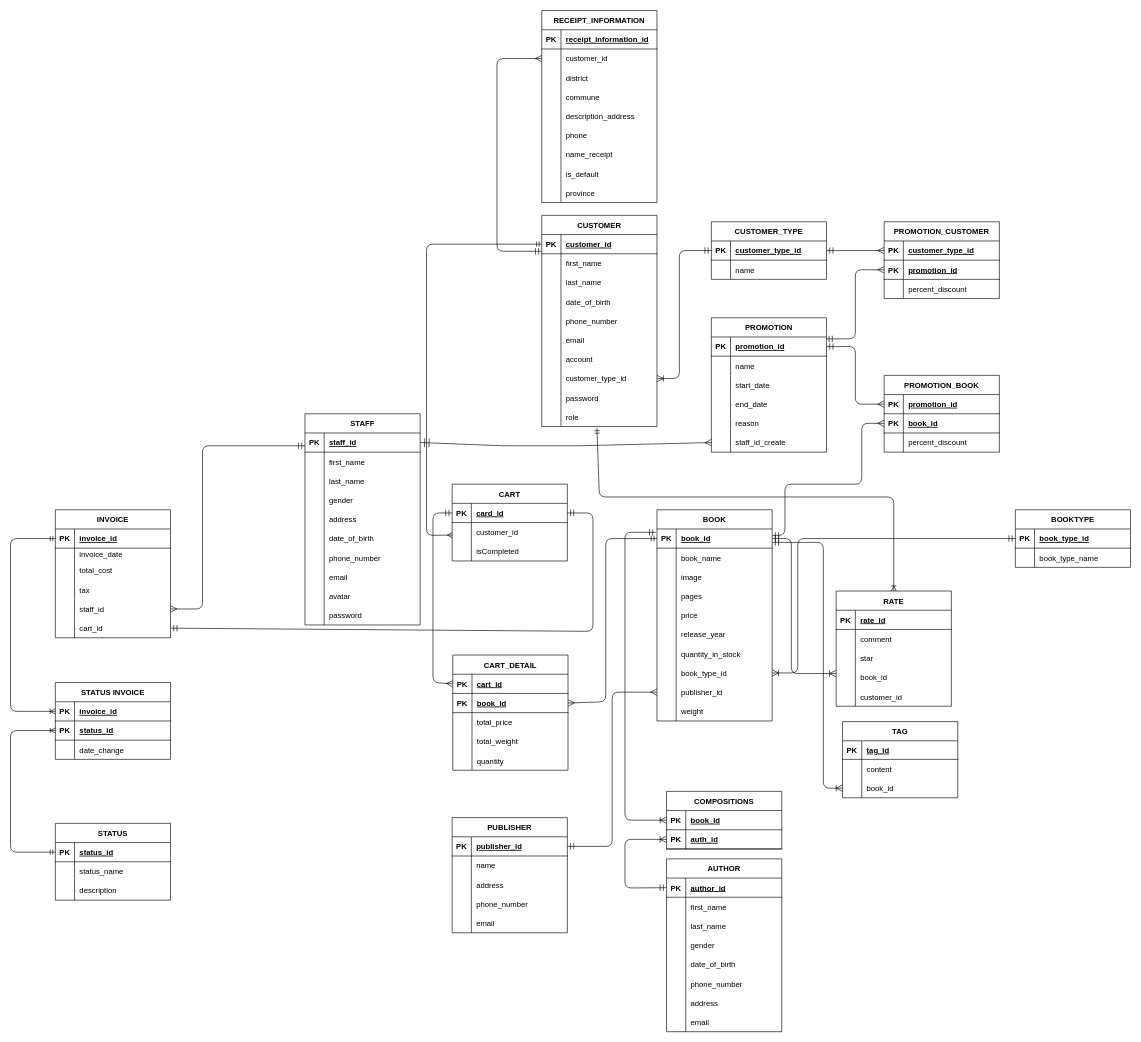
This is design/database.drawio from powdevlin12/Sell_Book_Online_BE_NestJS, a draw.io file, before an edit. Source tidied: cells renumbered, new cells numbered last; positions are measured from the earlier drawing's top-left corner, leaving out a move shared by most shapes. Both pictures are drawn from the tidied source at 64%, with x=0, y=0 at pixel (10, 10).
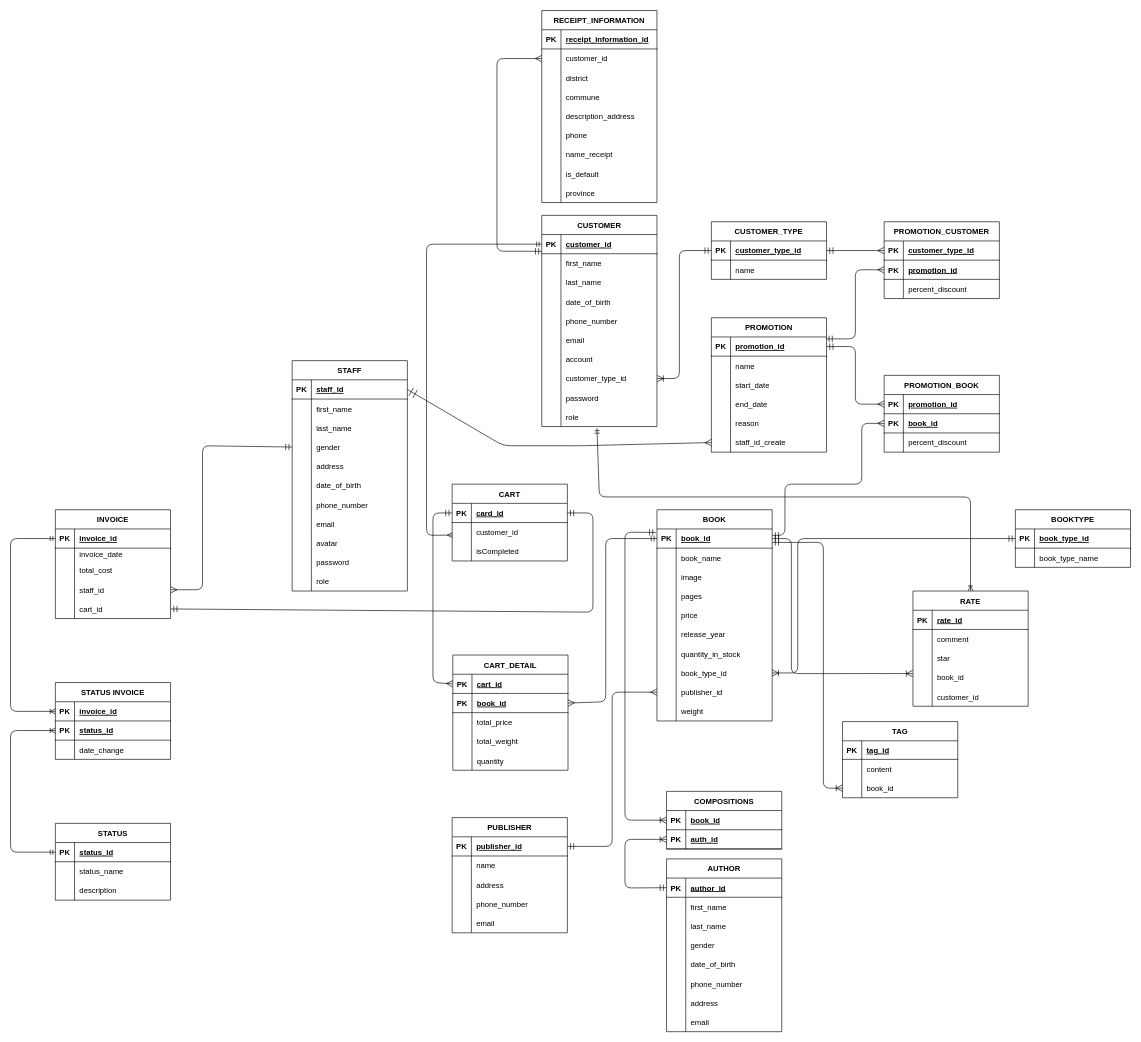
Above is the later version.

The change refers to these unchanged cells:
```xml
<mxCell id="30" style="shape=tableRow;horizontal=0;startSize=0;swimlaneHead=0;swimlaneBody=0;fillColor=none;points=[[0,0.5],[1,0.5]];portConstraint=eastwest;top=0;left=0;right=0;bottom=0;" parent="2" vertex="1">
  <mxGeometry y="300" width="180" height="30" as="geometry" />
</mxCell>
<mxCell id="43" style="shape=tableRow;horizontal=0;startSize=0;swimlaneHead=0;swimlaneBody=0;fillColor=none;points=[[0,0.5],[1,0.5]];portConstraint=eastwest;top=0;left=0;right=0;bottom=0;rounded=0;shadow=0;fillStyle=auto;" parent="33" vertex="1">
  <mxGeometry y="120" width="180" height="30" as="geometry" />
</mxCell>
<mxCell id="206" style="shape=tableRow;horizontal=0;startSize=0;swimlaneHead=0;swimlaneBody=0;fillColor=none;points=[[0,0.5],[1,0.5]];portConstraint=eastwest;top=0;left=0;right=0;bottom=1;rounded=0;shadow=0;fillStyle=auto;" parent="205" vertex="1">
  <mxGeometry y="30" width="180" height="30" as="geometry" />
</mxCell>
```

The edit, as a diff of the source:
```diff
@@
     <mxCell id="33" value="STAFF" style="shape=table;startSize=30;childLayout=tableLayout;rowLines=0;fontStyle=1;align=center;rounded=0;shadow=0;fillStyle=auto;fillColor=default;gradientColor=none;" parent="1" vertex="1">
-      <mxGeometry x="460" y="630" width="180" height="330" as="geometry" />
+      <mxGeometry x="440" y="547" width="180" height="360" as="geometry" />
     </mxCell>
@@
+    <mxCell id="336" style="shape=tableRow;horizontal=0;startSize=0;swimlaneHead=0;swimlaneBody=0;fillColor=none;top=0;left=0;right=0;bottom=0;rounded=0;shadow=0;fillStyle=auto;" parent="33" vertex="1">
+      <mxGeometry y="330" width="180" height="30" as="geometry" />
+    </mxCell>
+    <mxCell id="337" style="shape=partialRectangle;fillColor=none;top=0;left=0;bottom=0;right=0;overflow=hidden;rounded=0;shadow=0;fillStyle=auto;" parent="336" vertex="1">
+      <mxGeometry width="30" height="30" as="geometry" />
+    </mxCell>
+    <mxCell id="338" value="role" style="shape=partialRectangle;fillColor=none;top=0;left=0;bottom=0;right=0;align=left;spacingLeft=6;overflow=hidden;rounded=0;shadow=0;fillStyle=auto;" parent="336" vertex="1">
+      <mxGeometry x="30" width="150" height="30" as="geometry" />
+    </mxCell>
@@
     <mxCell id="264" value="INVOICE" style="shape=table;startSize=30;childLayout=tableLayout;rowLines=0;fontStyle=1;align=center;" parent="1" vertex="1">
-      <mxGeometry x="70" y="780" width="180" height="200" as="geometry" />
+      <mxGeometry x="70" y="780" width="180" height="170" as="geometry" />
     </mxCell>
@@
-    <mxCell id="274" style="shape=tableRow;horizontal=0;startSize=0;swimlaneHead=0;swimlaneBody=0;fillColor=none;top=0;left=0;right=0;bottom=0;" parent="264" vertex="1">
-      <mxGeometry y="110" width="180" height="30" as="geometry" />
-    </mxCell>
-    <mxCell id="275" style="shape=partialRectangle;fillColor=none;top=0;left=0;bottom=0;right=0;overflow=hidden;" parent="274" vertex="1">
-      <mxGeometry width="30" height="30" as="geometry" />
-    </mxCell>
-    <mxCell id="276" value="tax" style="shape=partialRectangle;fillColor=none;top=0;left=0;bottom=0;right=0;align=left;spacingLeft=6;overflow=hidden;" parent="274" vertex="1">
-      <mxGeometry x="30" width="150" height="30" as="geometry" />
-    </mxCell>
     <mxCell id="277" style="shape=tableRow;horizontal=0;startSize=0;swimlaneHead=0;swimlaneBody=0;fillColor=none;points=[[0,0.5],[1,0.5]];portConstraint=eastwest;top=0;left=0;right=0;bottom=0;" parent="264" vertex="1">
-      <mxGeometry y="140" width="180" height="30" as="geometry" />
+      <mxGeometry y="110" width="180" height="30" as="geometry" />
     </mxCell>
@@
     <mxCell id="280" style="shape=tableRow;horizontal=0;startSize=0;swimlaneHead=0;swimlaneBody=0;fillColor=none;points=[[0,0.5],[1,0.5]];portConstraint=eastwest;top=0;left=0;right=0;bottom=0;" parent="264" vertex="1">
-      <mxGeometry y="170" width="180" height="30" as="geometry" />
+      <mxGeometry y="140" width="180" height="30" as="geometry" />
     </mxCell>
@@
-    <mxCell id="293" style="edgeStyle=none;html=1;entryX=1;entryY=0.5;entryDx=0;entryDy=0;startArrow=ERmandOne;startFill=0;endArrow=ERmany;endFill=0;endSize=8;startSize=8;" parent="1" edge="1" target="277">
+    <mxCell id="293" style="edgeStyle=none;html=1;entryX=1;entryY=0.5;entryDx=0;entryDy=0;startArrow=ERmandOne;startFill=0;endArrow=ERmany;endFill=0;endSize=8;startSize=8;exitX=0;exitY=0.5;exitDx=0;exitDy=0;" parent="1" edge="1" source="43" target="277">
       <mxGeometry relative="1" as="geometry">
-        <mxPoint x="460" y="680" as="sourcePoint" />
         <Array as="points">
           <mxPoint x="300" y="680" />
-          <mxPoint x="300" y="935" />
+          <mxPoint x="300" y="905" />
         </Array>
       </mxGeometry>
     </mxCell>
     <mxCell id="294" style="edgeStyle=none;html=1;exitX=1;exitY=0.5;exitDx=0;exitDy=0;entryX=1;entryY=0.5;entryDx=0;entryDy=0;startArrow=ERmandOne;startFill=0;endArrow=ERmandOne;endFill=0;endSize=8;startSize=8;" parent="1" edge="1" source="206" target="280">
       <mxGeometry relative="1" as="geometry">
         <Array as="points">
           <mxPoint x="910" y="785" />
-          <mxPoint x="910" y="970" />
+          <mxPoint x="910" y="940" />
         </Array>
       </mxGeometry>
     </mxCell>
@@
     <mxCell id="306" value="RATE" style="shape=table;startSize=30;childLayout=tableLayout;rowLines=0;fontStyle=1;align=center;" parent="1" vertex="1">
-      <mxGeometry x="1290" y="907" width="180" height="180" as="geometry" />
+      <mxGeometry x="1410" y="907" width="180" height="180" as="geometry" />
     </mxCell>
@@
     <mxCell id="323" style="edgeStyle=none;html=1;entryX=0.5;entryY=0;entryDx=0;entryDy=0;startArrow=ERmandOne;startFill=0;endArrow=ERoneToMany;endFill=0;exitX=0.479;exitY=1.08;exitDx=0;exitDy=0;exitPerimeter=0;" parent="1" edge="1" source="30" target="306">
       <mxGeometry relative="1" as="geometry">
         <Array as="points">
           <mxPoint x="920" y="760" />
-          <mxPoint x="1380" y="760" />
+          <mxPoint x="1500" y="760" />
         </Array>
       </mxGeometry>
     </mxCell>
```
